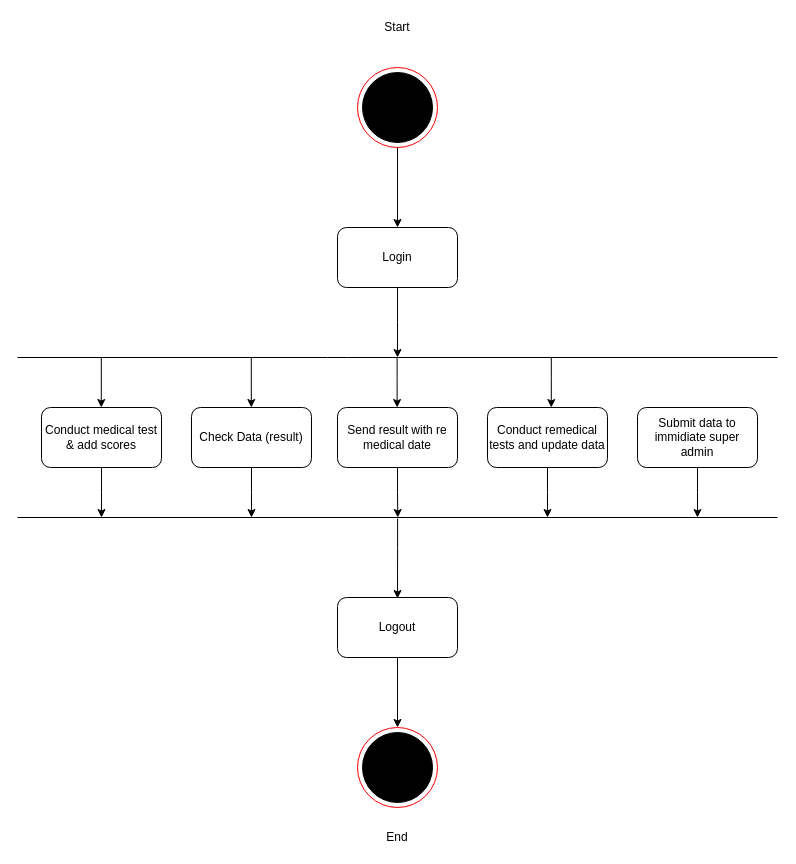
This is Documentation/Diagrams/Raw/Activity/Activity_City_Medical.drawio from phoenix-295/Police_Bharti, a draw.io file, before an edit. Source tidied: cells renumbered, new cells numbered last; positions are measured from the earlier drawing's top-left corner, leaving out a move shared by most shapes. Both pictures are drawn from the tidied source at 100%, with x=0, y=0 at pixel (17, 17).
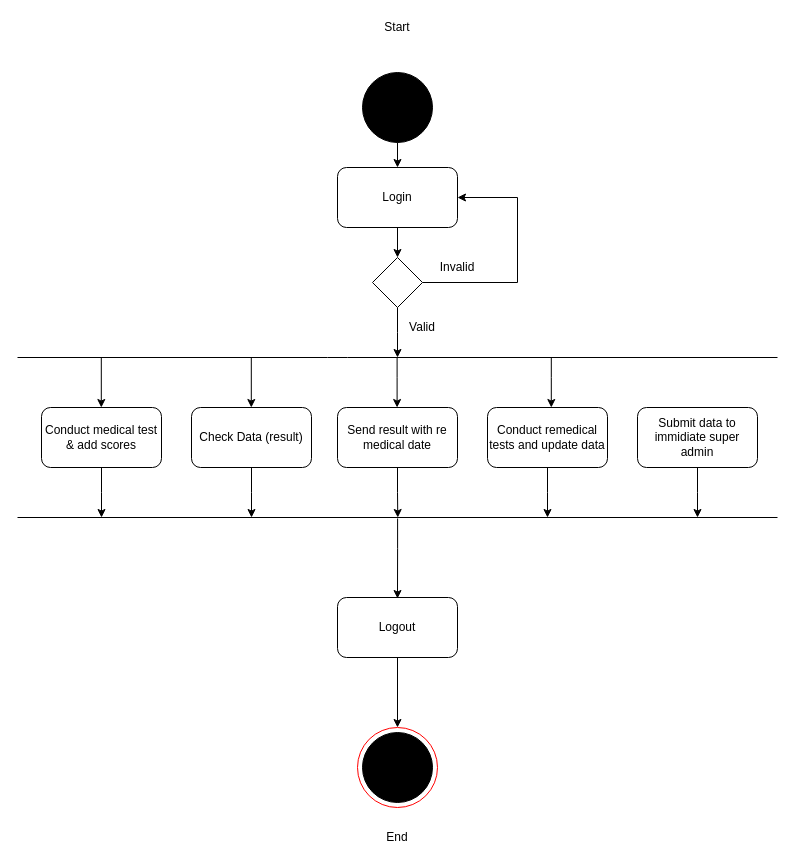
Above is the later version.

The change refers to these unchanged cells:
```xml
<mxCell id="2" style="group;" parent="1" vertex="1">
  <mxGeometry x="340" y="50" width="80" height="80" as="geometry" />
</mxCell>
<mxCell id="4" style="ellipse;whiteSpace=wrap;html=1;fillColor=#000000;" parent="2" vertex="1">
  <mxGeometry x="5" y="5" width="70" height="70" as="geometry" />
</mxCell>
```

What changed in the source:
```diff
@@
-    <mxCell id="3" style="ellipse;whiteSpace=wrap;html=1;strokeColor=#FF0000;" parent="2" vertex="1">
-      <mxGeometry width="80" height="80" as="geometry" />
-    </mxCell>
@@
-    <mxCell id="6" style="edgeStyle=orthogonalEdgeStyle;rounded=0;jettySize=auto;html=1;exitX=0.5;exitY=1;exitDx=0;exitDy=0;" parent="1" edge="1" source="7">
+    <mxCell id="6" style="edgeStyle=orthogonalEdgeStyle;rounded=0;jettySize=auto;html=1;exitX=0.5;exitY=1;exitDx=0;exitDy=0;" parent="1" edge="1" source="33">
       <mxGeometry relative="1" as="geometry">
         <mxPoint x="380" y="340" as="targetPoint" />
       </mxGeometry>
     </mxCell>
     <mxCell id="7" value="Login" style="rounded=1;whiteSpace=wrap;html=1;" parent="1" vertex="1">
-      <mxGeometry x="320" y="210" width="120" height="60" as="geometry" />
+      <mxGeometry x="320" y="150" width="120" height="60" as="geometry" />
     </mxCell>
@@
-    <mxCell id="29" style="edgeStyle=orthogonalEdgeStyle;rounded=0;jettySize=auto;html=1;exitX=0.5;exitY=1;exitDx=0;exitDy=0;entryX=0.5;entryY=0;entryDx=0;entryDy=0;" parent="1" edge="1" source="3" target="7">
+    <mxCell id="29" style="edgeStyle=orthogonalEdgeStyle;rounded=0;jettySize=auto;html=1;exitX=0.5;exitY=1;exitDx=0;exitDy=0;entryX=0.5;entryY=0;entryDx=0;entryDy=0;" parent="1" edge="1" source="4" target="7">
       <mxGeometry relative="1" as="geometry" />
     </mxCell>
@@
+    <mxCell id="32" style="edgeStyle=orthogonalEdgeStyle;rounded=0;jettySize=auto;html=1;exitX=1;exitY=0.5;exitDx=0;exitDy=0;entryX=1;entryY=0.5;entryDx=0;entryDy=0;" parent="1" edge="1" source="33" target="7">
+      <mxGeometry relative="1" as="geometry">
+        <Array as="points">
+          <mxPoint x="500" y="265" />
+          <mxPoint x="500" y="180" />
+        </Array>
+      </mxGeometry>
+    </mxCell>
+    <mxCell id="33" style="rhombus;whiteSpace=wrap;html=1;" parent="1" vertex="1">
+      <mxGeometry x="355" y="240" width="50" height="50" as="geometry" />
+    </mxCell>
+    <mxCell id="34" style="edgeStyle=orthogonalEdgeStyle;rounded=0;jettySize=auto;html=1;exitX=0.5;exitY=1;exitDx=0;exitDy=0;" parent="1" edge="1" source="7" target="33">
+      <mxGeometry relative="1" as="geometry" />
+    </mxCell>
+    <mxCell id="35" value="Valid" style="text;html=1;strokeColor=none;fillColor=none;align=center;verticalAlign=middle;whiteSpace=wrap;rounded=0;" parent="1" vertex="1">
+      <mxGeometry x="385" y="300" width="40" height="20" as="geometry" />
+    </mxCell>
+    <mxCell id="36" value="Invalid" style="text;html=1;strokeColor=none;fillColor=none;align=center;verticalAlign=middle;whiteSpace=wrap;rounded=0;" parent="1" vertex="1">
+      <mxGeometry x="420" y="240" width="40" height="20" as="geometry" />
+    </mxCell>
```
